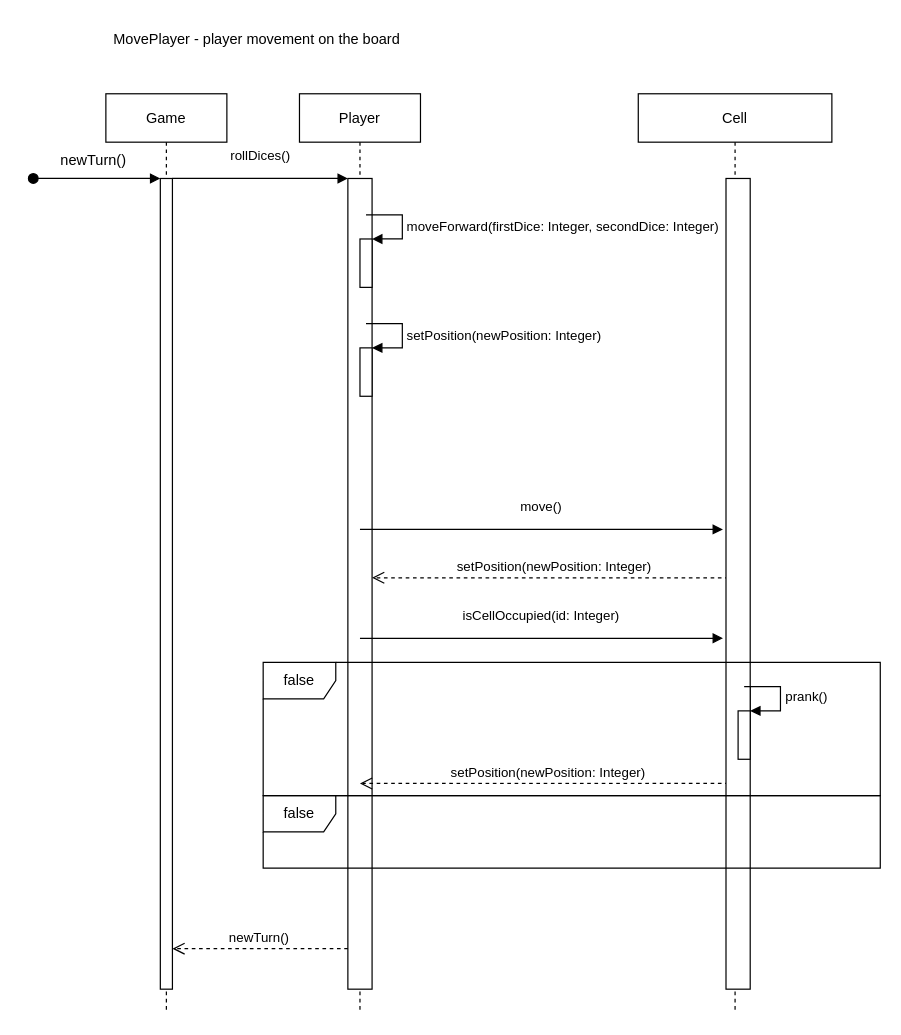
This is Diagrams/Sequence Diagrams/TheGooseGame_SD_movePlayer.drawio from diegorodolfofranco/the-goose-game, a draw.io file, before an edit. Source tidied: cells renumbered, new cells numbered last; positions are measured from the earlier drawing's top-left corner, leaving out a move shared by most shapes. Both pictures are drawn from the tidied source at 121%, with x=0, y=0 at pixel (33, 21).
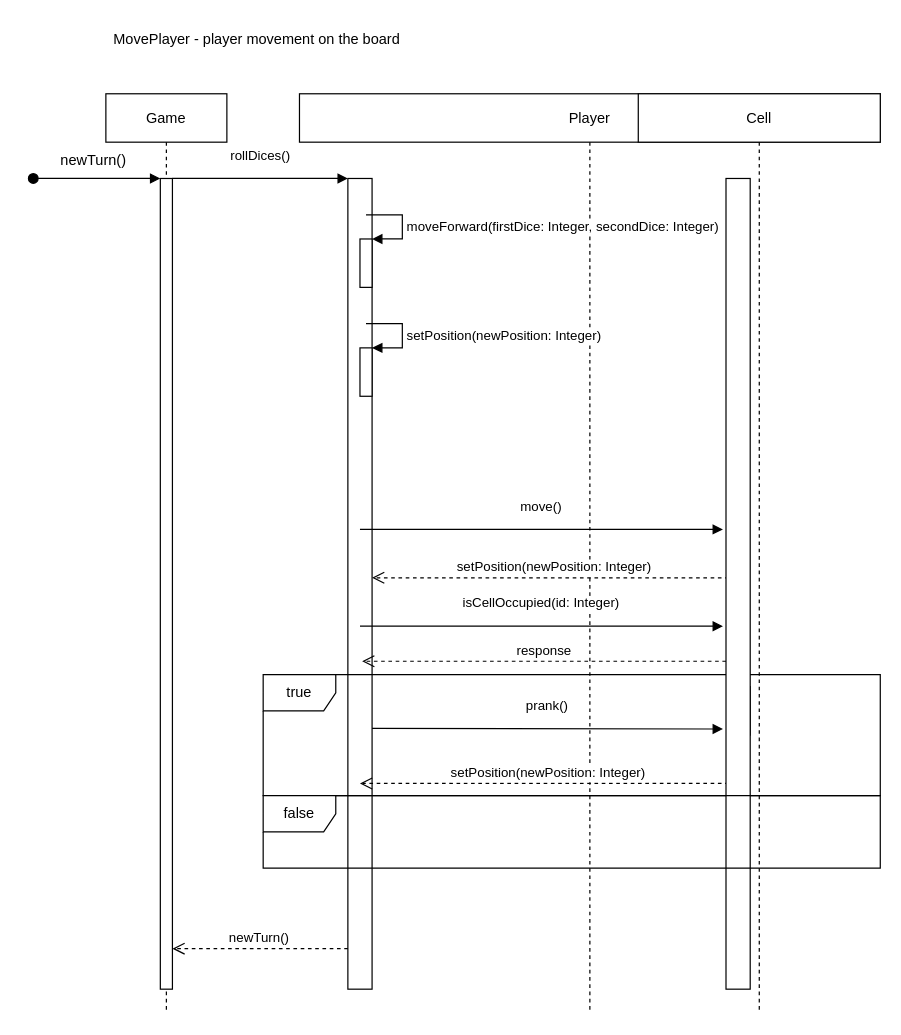
The same page after the edit.

Commit message (it also covers changes not shown here):
Updated movePlayer Sequence Diagram

What changed in the source:
```diff
@@
     <mxCell id="6" value="Player" style="shape=umlLifeline;perimeter=lifelinePerimeter;rounded=0;shadow=0;strokeWidth=1;" parent="1" vertex="1">
-      <mxGeometry x="220" y="60" width="100" height="760" as="geometry" />
+      <mxGeometry x="220" y="60" width="480" height="760" as="geometry" />
     </mxCell>
@@
-    <mxCell id="13" value="isCellOccupied(id: Integer)" style="verticalAlign=bottom;endArrow=block;shadow=0;strokeWidth=1;" parent="6" edge="1">
-      <mxGeometry y="10" relative="1" as="geometry">
-        <mxPoint x="50" y="450" as="sourcePoint" />
-        <mxPoint x="350" y="450" as="targetPoint" />
-      </mxGeometry>
-    </mxCell>
@@
+    <mxCell id="26" value="true" style="shape=umlFrame;whiteSpace=wrap;html=1;" parent="6" vertex="1">
+      <mxGeometry x="-30" y="480" width="510" height="100" as="geometry" />
+    </mxCell>
@@
     <mxCell id="19" value="Cell" style="shape=umlLifeline;perimeter=lifelinePerimeter;rounded=0;shadow=0;strokeWidth=1;" parent="1" vertex="1">
-      <mxGeometry x="500" y="60" width="160" height="760" as="geometry" />
+      <mxGeometry x="500" y="60" width="200" height="760" as="geometry" />
     </mxCell>
+    <mxCell id="23" value="prank()" style="verticalAlign=bottom;endArrow=block;shadow=0;strokeWidth=1;" parent="19" edge="1">
+      <mxGeometry y="10" relative="1" as="geometry">
+        <mxPoint x="-220" y="524.5" as="sourcePoint" />
+        <mxPoint x="70" y="525" as="targetPoint" />
+      </mxGeometry>
+    </mxCell>
+    <mxCell id="27" value="response" style="verticalAlign=bottom;endArrow=open;dashed=1;endSize=8;shadow=0;strokeWidth=1;" parent="19" edge="1">
+      <mxGeometry relative="1" as="geometry">
+        <mxPoint x="72.5" y="469" as="sourcePoint" />
+        <mxPoint x="-228.2" y="469" as="targetPoint" />
+      </mxGeometry>
+    </mxCell>
+    <mxCell id="13" value="isCellOccupied(id: Integer)" style="verticalAlign=bottom;endArrow=block;shadow=0;strokeWidth=1;" parent="19" edge="1">
+      <mxGeometry y="10" relative="1" as="geometry">
+        <mxPoint x="-230" y="440" as="sourcePoint" />
+        <mxPoint x="70" y="440" as="targetPoint" />
+      </mxGeometry>
+    </mxCell>
@@
-    <mxCell id="22" style="html=1;points=[];perimeter=orthogonalPerimeter;" parent="1" vertex="1">
-      <mxGeometry x="582.5" y="570" width="10" height="40" as="geometry" />
-    </mxCell>
-    <mxCell id="23" value="prank()" style="edgeStyle=orthogonalEdgeStyle;html=1;align=left;spacingLeft=2;endArrow=block;rounded=0;entryX=1;entryY=0;" parent="1" edge="1" target="22">
-      <mxGeometry relative="1" as="geometry">
-        <mxPoint x="587.5" y="550" as="sourcePoint" />
-        <Array as="points">
-          <mxPoint x="617.5" y="550" />
-        </Array>
-      </mxGeometry>
-    </mxCell>
@@
-    <mxCell id="25" value="false" style="shape=umlFrame;whiteSpace=wrap;html=1;" parent="1" vertex="1">
-      <mxGeometry x="190" y="530" width="510" height="110" as="geometry" />
-    </mxCell>
```
